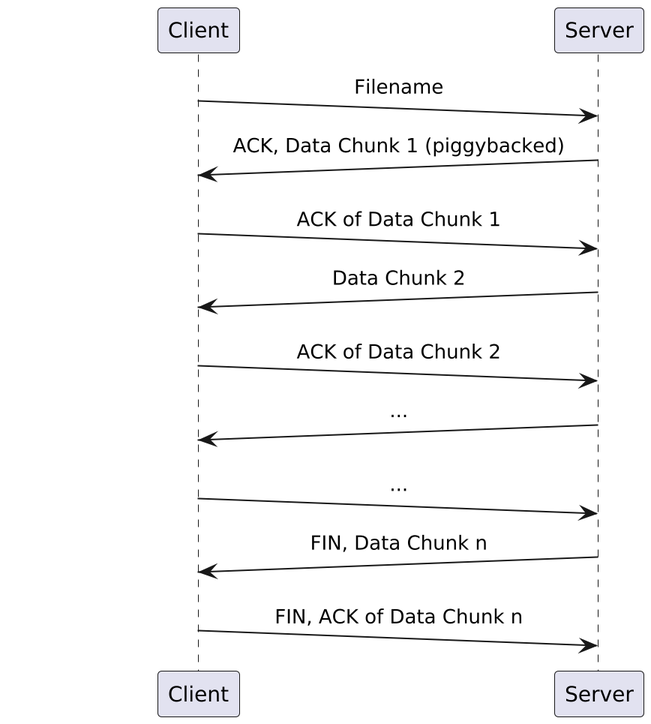
Earlier version of the PlantUML export docs/imgs/download.png (TheUDPs/TP1-Redes).
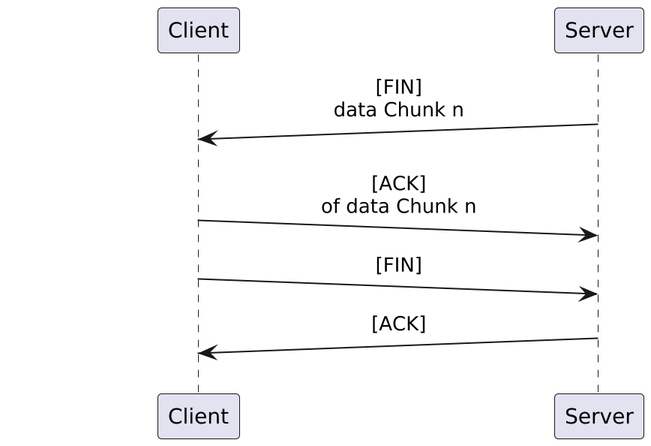
After the change.

Change to the diagram source:
```diff
@@ -5,13 +5,8 @@
 participant Client
 participant Server
 
-Client ->(10) Server : Filename
-Server ->(10) Client : ACK, Data Chunk 1 (piggybacked)
-Client ->(10) Server : ACK of Data Chunk 1
-Server ->(10) Client : Data Chunk 2
-Client ->(10) Server : ACK of Data Chunk 2
-Server ->(10) Client : ...
-Client ->(10) Server : ...
-Server ->(10) Client : FIN, Data Chunk n
-Client ->(10) Server : FIN, ACK of Data Chunk n
+Server ->(10) Client : [FIN]\ndata Chunk n
+Client ->(10) Server : [ACK]\nof data Chunk n
+Client ->(10) Server : [FIN]
+Server ->(10) Client : [ACK]
 @enduml
```
